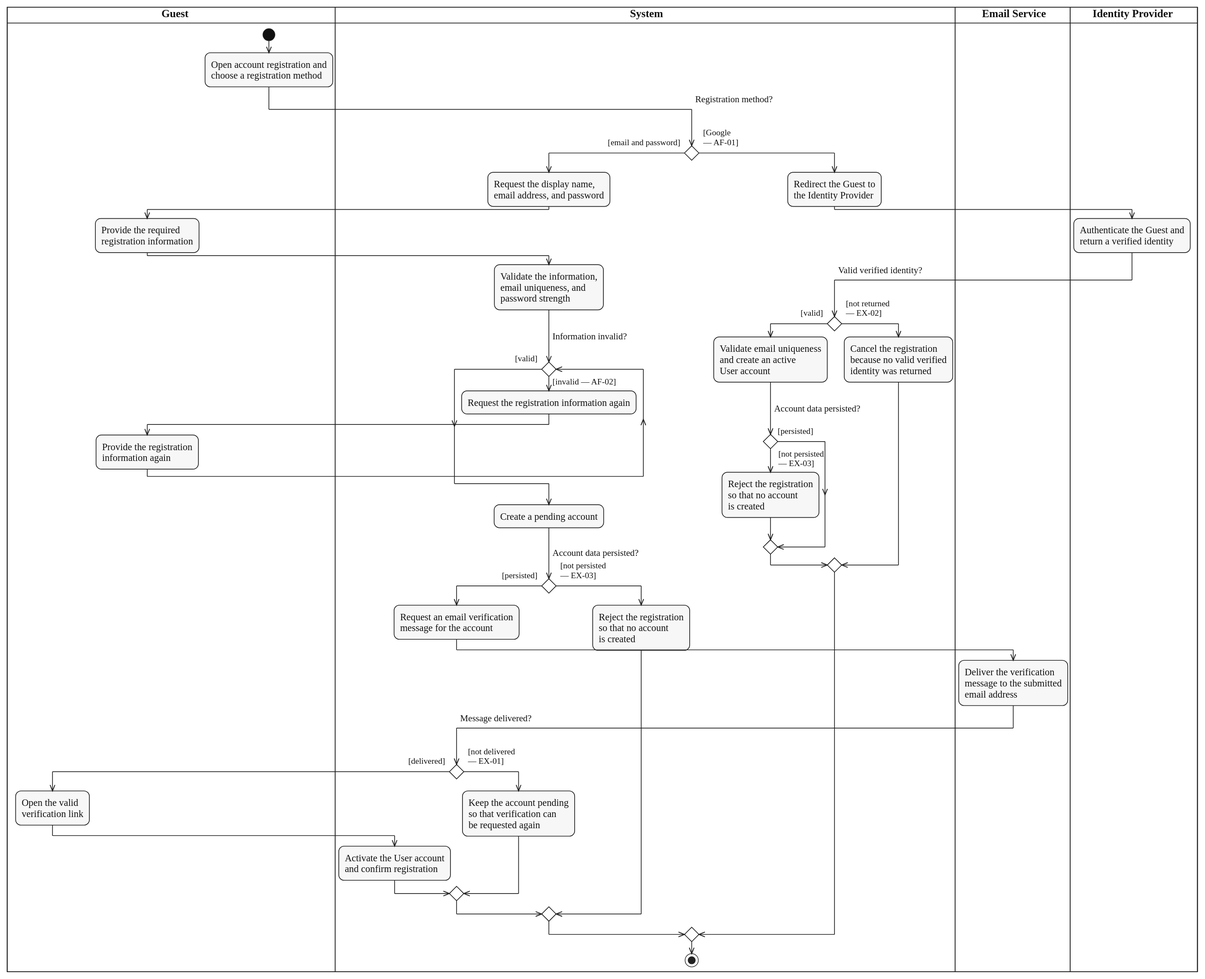
The PlantUML diagram diagrams/activity/account-authentication/svg/UC-ACCOUNT-REGISTER.svg in lukenab/swd392-doc-automation, before a commit. Its source is kept beside it as diagrams/activity/account-authentication/source/UC-ACCOUNT-REGISTER.puml.
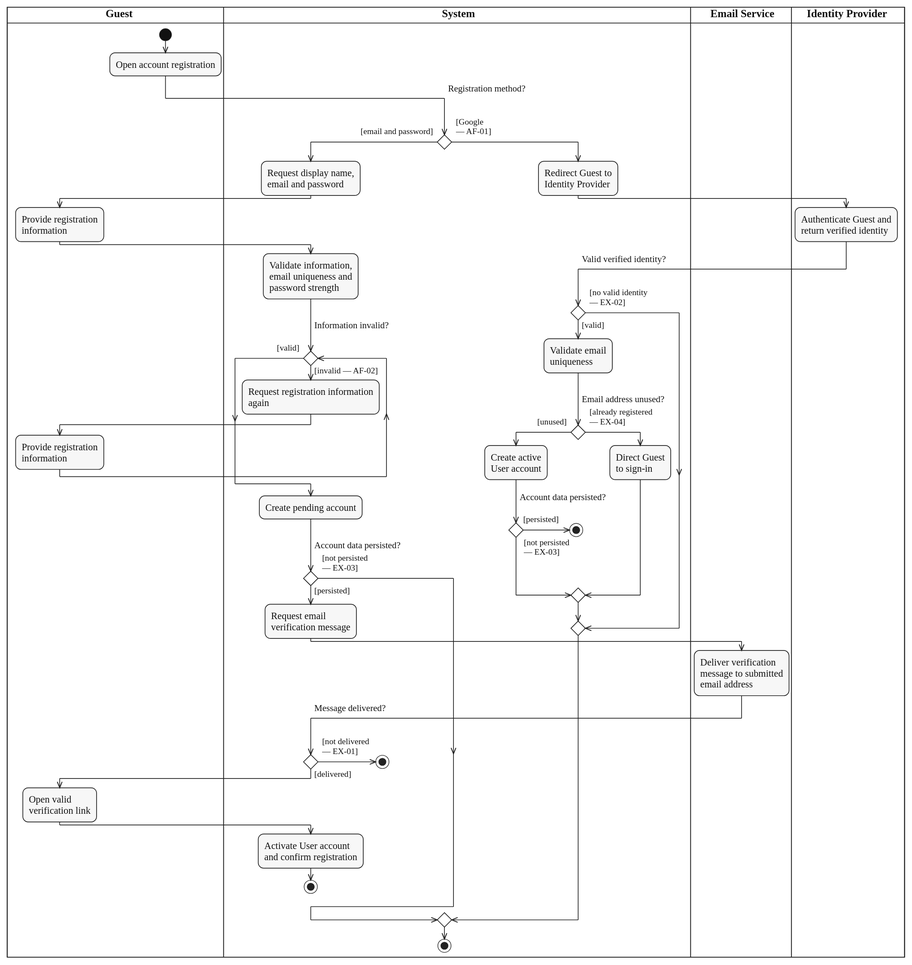
The same diagram one commit later.

Diff of the diagram source:
```diff
@@ -7,74 +7,74 @@
 
 |GST|
 start
-:Open account registration and
-choose a registration method;
+:Open account registration;
 |SYS|
 if ($question_x("Registration method?")) then ($guard_left("[email and password]"))
-  :Request the display name,
-  email address, and password;
+  :Request display name,
+  email and password;
   |GST|
-  :Provide the required
-  registration information;
+  :Provide registration
+  information;
   |SYS|
-  :Validate the information,
-  email uniqueness, and
+  :Validate information,
+  email uniqueness and
   password strength;
   while ($question("Information invalid?")) is ($guard_left("[invalid — AF-02]"))
-    :Request the registration information again;
+    :Request registration information
+    again;
     |GST|
-    :Provide the registration
-    information again;
+    :Provide registration
+    information;
     |SYS|
   endwhile ($guard("[valid]"))
-  :Create a pending account;
+  :Create pending account;
   if ($question("Account data persisted?")) then ($guard_left("[persisted]"))
-    :Request an email verification
-    message for the account;
+    :Request email
+    verification message;
     |EML|
-    :Deliver the verification
-    message to the submitted
+    :Deliver verification
+    message to submitted
     email address;
     |SYS|
     if ($question_x("Message delivered?")) then ($guard_left("[delivered]"))
       |GST|
-      :Open the valid
+      :Open valid
       verification link;
       |SYS|
-      :Activate the User account
+      :Activate User account
       and confirm registration;
+      stop
     else ($guard_right("[not delivered", "— EX-01]"))
-      :Keep the account pending
-      so that verification can
-      be requested again;
+      |SYS|
+      stop
     endif
   else ($guard_right("[not persisted", "— EX-03]"))
-    :Reject the registration
-    so that no account
-    is created;
   endif
 else ($guard_right("[Google", "— AF-01]"))
-  :Redirect the Guest to
-  the Identity Provider;
+  |SYS|
+  :Redirect Guest to
+  Identity Provider;
   |IDP|
-  :Authenticate the Guest and
-  return a verified identity;
+  :Authenticate Guest and
+  return verified identity;
   |SYS|
   if ($question_x("Valid verified identity?")) then ($guard_left("[valid]"))
-    :Validate email uniqueness
-    and create an active
-    User account;
-    if ($question("Account data persisted?")) then ($guard_left("[persisted]"))
-    else ($guard_right("[not persisted", "— EX-03]"))
-      :Reject the registration
-      so that no account
-      is created;
+    :Validate email
+    uniqueness;
+    if ($question("Email address unused?")) then ($guard_left("[unused]"))
+      :Create active
+      User account;
+      if ($question("Account data persisted?")) then ($guard_left("[persisted]"))
+        stop
+      else ($guard_right("[not persisted", "— EX-03]"))
+      endif
+    else ($guard_right("[already registered", "— EX-04]"))
+      :Direct Guest
+      to sign-in;
     endif
-  else ($guard_right("[not returned", "— EX-02]"))
-    :Cancel the registration
-    because no valid verified
-    identity was returned;
+  else ($guard_right("[no valid identity", "— EX-02]"))
   endif
 endif
+|SYS|
 stop
 @enduml
```
